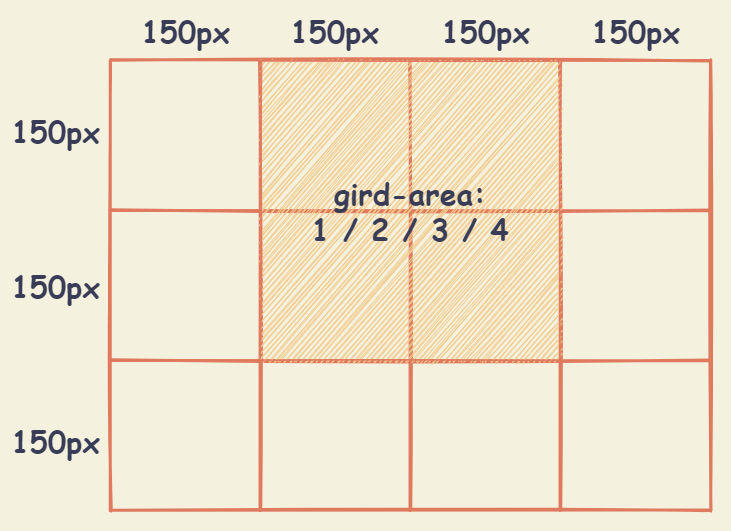
Earlier version of the draw.io export src/前端/CSS/CSS布局/files/images/grid_item--grid-area.drawio.png (lrh21g/blogs). Source tidied: cells renumbered, new cells last; positions are measured from the earlier drawing's top-left corner, leaving out a move shared by most shapes.
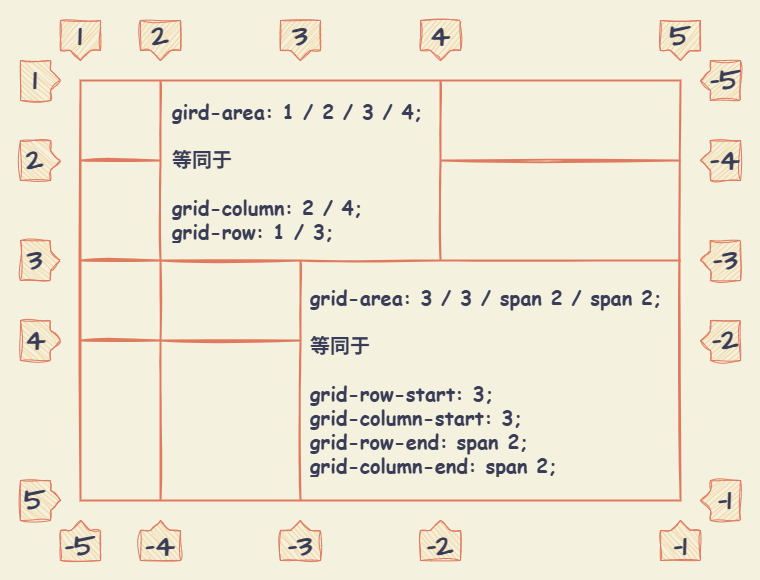
After the commit.

Commit message:
docs(CSS): 优化 Flex 布局和 Grid 布局文档

Diff of the diagram source:
```diff
@@ -2,80 +2,113 @@
   <root>
     <mxCell id="0" />
     <mxCell id="1" parent="0" />
-    <mxCell id="2" style="rounded=0;whiteSpace=wrap;html=1;fontFamily=Comic Sans MS;fontSize=30;fontColor=#393C56;fillColor=none;strokeColor=none;sketch=1;" parent="1" vertex="1">
-      <mxGeometry width="730" height="530" as="geometry" />
-    </mxCell>
+    <mxCell id="27" style="rounded=0;whiteSpace=wrap;html=1;sketch=1;hachureGap=4;jiggle=2;curveFitting=1;fontFamily=Architects Daughter;fontSource=https%3A%2F%2Ffonts.googleapis.com%2Fcss%3Ffamily%3DArchitects%2BDaughter;strokeColor=none;fillColor=none;" parent="1" vertex="1">
+      <mxGeometry x="30" y="-20" width="760" height="580" as="geometry" />
+    </mxCell>
-    <mxCell id="3" style="shape=table;html=1;whiteSpace=wrap;startSize=0;strokeWidth=3;perimeterSpacing=0;shadow=0;swimlaneFillColor=none;fontColor=#393C56;sketch=1;fillColor=none;strokeColor=#E07A5F;" parent="1" vertex="1">
-      <mxGeometry x="110" y="60" width="600" height="450" as="geometry" />
+    <mxCell id="3" style="shape=table;html=1;whiteSpace=wrap;startSize=0;strokeWidth=2;perimeterSpacing=0;shadow=0;swimlaneFillColor=none;fontColor=#393C56;sketch=1;fillColor=none;strokeColor=#E07A5F;" parent="1" vertex="1">
+      <mxGeometry x="110" y="60" width="600" height="420" as="geometry" />
     </mxCell>
     <mxCell id="4" style="shape=partialRectangle;html=1;whiteSpace=wrap;fillColor=none;top=0;left=0;bottom=0;right=0;strokeColor=#E07A5F;fontColor=#393C56;sketch=1;" parent="3" vertex="1">
-      <mxGeometry width="600" height="150" as="geometry" />
+      <mxGeometry width="600" height="80" as="geometry" />
     </mxCell>
     <mxCell id="5" style="shape=partialRectangle;html=1;whiteSpace=wrap;fillColor=none;top=0;left=0;bottom=0;right=0;overflow=hidden;strokeColor=#E07A5F;fontColor=#393C56;sketch=1;" parent="4" vertex="1">
-      <mxGeometry width="150" height="150" as="geometry" />
+      <mxGeometry width="80" height="80" as="geometry" />
     </mxCell>
-    <mxCell id="6" style="shape=partialRectangle;html=1;whiteSpace=wrap;fillColor=none;top=0;left=0;bottom=0;right=0;overflow=hidden;strokeColor=#E07A5F;fontColor=#393C56;sketch=1;" parent="4" vertex="1">
-      <mxGeometry x="150" width="150" height="150" as="geometry" />
+    <mxCell id="6" value="&lt;div&gt;&lt;span style=&quot;background-color: transparent; color: light-dark(rgb(57, 60, 86), rgb(182, 184, 207));&quot;&gt;gird-area: 1 / 2 / 3 / 4;&lt;/span&gt;&lt;/div&gt;&lt;div&gt;&lt;br&gt;&lt;/div&gt;&lt;div&gt;等同于&lt;span style=&quot;background-color: transparent; color: light-dark(rgb(57, 60, 86), rgb(182, 184, 207));&quot;&gt;&lt;/span&gt;&lt;/div&gt;&lt;div&gt;&lt;br&gt;&lt;/div&gt;&lt;div&gt;&lt;div&gt;grid-column: 2 / 4;&lt;/div&gt;&lt;div&gt;grid-row: 1 / 3;&lt;/div&gt;&lt;/div&gt;" style="shape=partialRectangle;html=1;whiteSpace=wrap;fillColor=none;top=0;left=0;bottom=0;right=0;overflow=hidden;strokeColor=#E07A5F;fontColor=#393C56;sketch=1;rowspan=2;colspan=2;fontSize=20;fontFamily=Comic Sans MS;fontStyle=1;align=left;spacing=2;spacingLeft=10;spacingRight=10;" parent="4" vertex="1">
+      <mxGeometry x="80" width="280" height="180" as="geometry" />
     </mxCell>
-    <mxCell id="7" style="shape=partialRectangle;html=1;whiteSpace=wrap;fillColor=none;top=0;left=0;bottom=0;right=0;overflow=hidden;strokeColor=#E07A5F;fontColor=#393C56;sketch=1;" parent="4" vertex="1">
-      <mxGeometry x="300" width="150" height="150" as="geometry" />
-    </mxCell>
     <mxCell id="8" style="shape=partialRectangle;html=1;whiteSpace=wrap;fillColor=none;top=0;left=0;bottom=0;right=0;overflow=hidden;strokeColor=#E07A5F;fontColor=#393C56;sketch=1;" parent="4" vertex="1">
-      <mxGeometry x="450" width="150" height="150" as="geometry" />
+      <mxGeometry x="360" width="240" height="80" as="geometry" />
     </mxCell>
     <mxCell id="9" style="shape=partialRectangle;html=1;whiteSpace=wrap;fillColor=none;top=0;left=0;bottom=0;right=0;strokeColor=#E07A5F;fontColor=#393C56;sketch=1;" parent="3" vertex="1">
-      <mxGeometry y="150" width="600" height="150" as="geometry" />
+      <mxGeometry y="80" width="600" height="100" as="geometry" />
     </mxCell>
     <mxCell id="10" style="shape=partialRectangle;html=1;whiteSpace=wrap;fillColor=none;top=0;left=0;bottom=0;right=0;overflow=hidden;strokeColor=#E07A5F;fontColor=#393C56;sketch=1;" parent="9" vertex="1">
-      <mxGeometry width="150" height="150" as="geometry" />
+      <mxGeometry width="80" height="100" as="geometry" />
     </mxCell>
-    <mxCell id="11" style="shape=partialRectangle;html=1;whiteSpace=wrap;fillColor=none;top=0;left=0;bottom=0;right=0;overflow=hidden;strokeColor=#E07A5F;fontColor=#393C56;sketch=1;" parent="9" vertex="1">
-      <mxGeometry x="150" width="150" height="150" as="geometry" />
-    </mxCell>
-    <mxCell id="12" style="shape=partialRectangle;html=1;whiteSpace=wrap;fillColor=none;top=0;left=0;bottom=0;right=0;overflow=hidden;strokeColor=#E07A5F;sketch=1;fontStyle=1;fontSize=38;fontFamily=Comic Sans MS;fontColor=#393C56;" parent="9" vertex="1">
-      <mxGeometry x="300" width="150" height="150" as="geometry" />
-    </mxCell>
     <mxCell id="13" style="shape=partialRectangle;html=1;whiteSpace=wrap;fillColor=none;top=0;left=0;bottom=0;right=0;overflow=hidden;strokeColor=#E07A5F;fontColor=#393C56;sketch=1;" parent="9" vertex="1">
-      <mxGeometry x="450" width="150" height="150" as="geometry" />
+      <mxGeometry x="360" width="240" height="100" as="geometry" />
     </mxCell>
     <mxCell id="14" style="shape=partialRectangle;html=1;whiteSpace=wrap;fillColor=none;top=0;left=0;bottom=0;right=0;strokeColor=#E07A5F;fontColor=#393C56;sketch=1;" parent="3" vertex="1">
-      <mxGeometry y="300" width="600" height="150" as="geometry" />
+      <mxGeometry y="180" width="600" height="80" as="geometry" />
     </mxCell>
     <mxCell id="15" style="shape=partialRectangle;html=1;whiteSpace=wrap;fillColor=none;top=0;left=0;bottom=0;right=0;overflow=hidden;strokeColor=#E07A5F;fontColor=#393C56;sketch=1;" parent="14" vertex="1">
-      <mxGeometry width="150" height="150" as="geometry" />
+      <mxGeometry width="80" height="80" as="geometry" />
     </mxCell>
     <mxCell id="16" style="shape=partialRectangle;html=1;whiteSpace=wrap;fillColor=none;top=0;left=0;bottom=0;right=0;overflow=hidden;strokeColor=#E07A5F;fontColor=#393C56;sketch=1;" parent="14" vertex="1">
-      <mxGeometry x="150" width="150" height="150" as="geometry" />
+      <mxGeometry x="80" width="140" height="80" as="geometry" />
     </mxCell>
-    <mxCell id="17" style="shape=partialRectangle;html=1;whiteSpace=wrap;fillColor=none;top=0;left=0;bottom=0;right=0;overflow=hidden;strokeColor=#E07A5F;fontColor=#393C56;sketch=1;" parent="14" vertex="1">
-      <mxGeometry x="300" width="150" height="150" as="geometry" />
+    <mxCell id="17" value="grid-area: 3 / 3 / span 2 / span 2;&lt;div&gt;&lt;br&gt;&lt;/div&gt;&lt;div&gt;等同于&lt;/div&gt;&lt;div&gt;&lt;br&gt;&lt;/div&gt;&lt;div&gt;grid-row-start: 3;&lt;/div&gt;&lt;div&gt;grid-column-start: 3;&lt;/div&gt;&lt;div&gt;grid-row-end: span 2;&lt;/div&gt;&lt;div&gt;grid-column-end: span 2;&lt;/div&gt;" style="shape=partialRectangle;html=1;whiteSpace=wrap;fillColor=none;top=0;left=0;bottom=0;right=0;overflow=hidden;strokeColor=#E07A5F;fontColor=#393C56;sketch=1;rowspan=2;colspan=2;fontFamily=Comic Sans MS;fontSize=20;fontStyle=1;align=left;spacing=10;" parent="14" vertex="1">
+      <mxGeometry x="220" width="380" height="240" as="geometry" />
     </mxCell>
-    <mxCell id="18" style="shape=partialRectangle;html=1;whiteSpace=wrap;fillColor=none;top=0;left=0;bottom=0;right=0;overflow=hidden;strokeColor=#E07A5F;fontColor=#393C56;sketch=1;" parent="14" vertex="1">
-      <mxGeometry x="450" width="150" height="150" as="geometry" />
-    </mxCell>
-    <mxCell id="19" value="150px" style="text;strokeColor=none;fillColor=none;html=1;fontSize=30;fontStyle=1;verticalAlign=middle;align=center;fontColor=#393C56;fontFamily=Comic Sans MS;sketch=1;" parent="1" vertex="1">
-      <mxGeometry x="130" y="10" width="110" height="40" as="geometry" />
-    </mxCell>
-    <mxCell id="20" value="150px" style="text;strokeColor=none;fillColor=none;html=1;fontSize=30;fontStyle=1;verticalAlign=middle;align=center;fontColor=#393C56;fontFamily=Comic Sans MS;sketch=1;" parent="1" vertex="1">
-      <mxGeometry x="279" y="10" width="110" height="40" as="geometry" />
-    </mxCell>
-    <mxCell id="21" value="150px" style="text;strokeColor=none;fillColor=none;html=1;fontSize=30;fontStyle=1;verticalAlign=middle;align=center;fontColor=#393C56;fontFamily=Comic Sans MS;sketch=1;" parent="1" vertex="1">
-      <mxGeometry x="430" y="10" width="110" height="40" as="geometry" />
-    </mxCell>
-    <mxCell id="22" value="150px" style="text;strokeColor=none;fillColor=none;html=1;fontSize=30;fontStyle=1;verticalAlign=middle;align=center;fontColor=#393C56;fontFamily=Comic Sans MS;sketch=1;" parent="1" vertex="1">
-      <mxGeometry y="110" width="110" height="40" as="geometry" />
-    </mxCell>
-    <mxCell id="23" value="150px" style="text;strokeColor=none;fillColor=none;html=1;fontSize=30;fontStyle=1;verticalAlign=middle;align=center;fontColor=#393C56;fontFamily=Comic Sans MS;sketch=1;" parent="1" vertex="1">
-      <mxGeometry y="265" width="110" height="40" as="geometry" />
-    </mxCell>
-    <mxCell id="24" value="150px" style="text;strokeColor=none;fillColor=none;html=1;fontSize=30;fontStyle=1;verticalAlign=middle;align=center;fontColor=#393C56;fontFamily=Comic Sans MS;sketch=1;" parent="1" vertex="1">
-      <mxGeometry y="420" width="110" height="40" as="geometry" />
-    </mxCell>
-    <mxCell id="25" value="150px" style="text;strokeColor=none;fillColor=none;html=1;fontSize=30;fontStyle=1;verticalAlign=middle;align=center;fontColor=#393C56;fontFamily=Comic Sans MS;sketch=1;" parent="1" vertex="1">
-      <mxGeometry x="580" y="10" width="110" height="40" as="geometry" />
-    </mxCell>
-    <mxCell id="26" value="&lt;font&gt;gird-area:&lt;br&gt;1 / 2 / 3 / 4&lt;/font&gt;" style="rounded=0;whiteSpace=wrap;html=1;fillColor=#F2CC8F;strokeColor=#E07A5F;shadow=0;fontSize=30;fontFamily=Comic Sans MS;fontStyle=1;labelBorderColor=none;sketch=1;fontColor=#393C56;" parent="1" vertex="1">
-      <mxGeometry x="260" y="60" width="300" height="300" as="geometry" />
-    </mxCell>
+    <mxCell id="28" style="shape=partialRectangle;html=1;whiteSpace=wrap;fillColor=none;top=0;left=0;bottom=0;right=0;strokeColor=#E07A5F;fontColor=#393C56;sketch=1;" parent="3" vertex="1">
+      <mxGeometry y="260" width="600" height="160" as="geometry" />
+    </mxCell>
+    <mxCell id="29" style="shape=partialRectangle;html=1;whiteSpace=wrap;fillColor=none;top=0;left=0;bottom=0;right=0;overflow=hidden;strokeColor=#E07A5F;fontColor=#393C56;sketch=1;" parent="28" vertex="1">
+      <mxGeometry width="80" height="160" as="geometry" />
+    </mxCell>
+    <mxCell id="30" style="shape=partialRectangle;html=1;whiteSpace=wrap;fillColor=none;top=0;left=0;bottom=0;right=0;overflow=hidden;strokeColor=#E07A5F;fontColor=#393C56;sketch=1;" parent="28" vertex="1">
+      <mxGeometry x="80" width="140" height="160" as="geometry" />
+    </mxCell>
+    <mxCell id="31" value="1" style="shape=callout;whiteSpace=wrap;html=1;perimeter=calloutPerimeter;sketch=1;hachureGap=4;jiggle=2;curveFitting=1;fontFamily=Architects Daughter;fontSource=https%3A%2F%2Ffonts.googleapis.com%2Fcss%3Ffamily%3DArchitects%2BDaughter;size=10;position=0.25;base=20;position2=0.5;fillColor=#F2CC8F;strokeColor=#E07A5F;fontColor=#393C56;labelBackgroundColor=none;fontSize=30;fontStyle=1;" parent="1" vertex="1">
+      <mxGeometry x="90" width="40" height="40" as="geometry" />
+    </mxCell>
+    <mxCell id="32" value="2" style="shape=callout;whiteSpace=wrap;html=1;perimeter=calloutPerimeter;sketch=1;hachureGap=4;jiggle=2;curveFitting=1;fontFamily=Architects Daughter;fontSource=https%3A%2F%2Ffonts.googleapis.com%2Fcss%3Ffamily%3DArchitects%2BDaughter;size=10;position=0.25;base=20;position2=0.5;fillColor=#F2CC8F;strokeColor=#E07A5F;fontColor=#393C56;labelBackgroundColor=none;fontSize=30;fontStyle=1;" parent="1" vertex="1">
+      <mxGeometry x="170" width="40" height="40" as="geometry" />
+    </mxCell>
+    <mxCell id="33" value="3" style="shape=callout;whiteSpace=wrap;html=1;perimeter=calloutPerimeter;sketch=1;hachureGap=4;jiggle=2;curveFitting=1;fontFamily=Architects Daughter;fontSource=https%3A%2F%2Ffonts.googleapis.com%2Fcss%3Ffamily%3DArchitects%2BDaughter;size=10;position=0.25;base=20;position2=0.5;fillColor=#F2CC8F;strokeColor=#E07A5F;fontColor=#393C56;labelBackgroundColor=none;fontSize=30;fontStyle=1;" parent="1" vertex="1">
+      <mxGeometry x="310" width="40" height="40" as="geometry" />
+    </mxCell>
+    <mxCell id="34" value="4" style="shape=callout;whiteSpace=wrap;html=1;perimeter=calloutPerimeter;sketch=1;hachureGap=4;jiggle=2;curveFitting=1;fontFamily=Architects Daughter;fontSource=https%3A%2F%2Ffonts.googleapis.com%2Fcss%3Ffamily%3DArchitects%2BDaughter;size=10;position=0.25;base=20;position2=0.5;fillColor=#F2CC8F;strokeColor=#E07A5F;fontColor=#393C56;labelBackgroundColor=none;fontSize=30;fontStyle=1;" parent="1" vertex="1">
+      <mxGeometry x="450" width="40" height="40" as="geometry" />
+    </mxCell>
+    <mxCell id="35" value="5" style="shape=callout;whiteSpace=wrap;html=1;perimeter=calloutPerimeter;sketch=1;hachureGap=4;jiggle=2;curveFitting=1;fontFamily=Architects Daughter;fontSource=https%3A%2F%2Ffonts.googleapis.com%2Fcss%3Ffamily%3DArchitects%2BDaughter;size=10;position=0.25;base=20;position2=0.5;fillColor=#F2CC8F;strokeColor=#E07A5F;fontColor=#393C56;labelBackgroundColor=none;fontSize=30;fontStyle=1;" parent="1" vertex="1">
+      <mxGeometry x="690" width="40" height="40" as="geometry" />
+    </mxCell>
+    <mxCell id="36" value="1" style="shape=callout;whiteSpace=wrap;html=1;perimeter=calloutPerimeter;sketch=1;hachureGap=4;jiggle=2;curveFitting=1;fontFamily=Architects Daughter;fontSource=https%3A%2F%2Ffonts.googleapis.com%2Fcss%3Ffamily%3DArchitects%2BDaughter;size=10;position=0.25;base=20;position2=0.5;fillColor=#F2CC8F;strokeColor=#E07A5F;fontColor=#393C56;labelBackgroundColor=none;fontSize=30;fontStyle=1;rotation=-90;horizontal=1;textDirection=vertical-lr;" parent="1" vertex="1">
+      <mxGeometry x="50" y="40" width="40" height="40" as="geometry" />
+    </mxCell>
+    <mxCell id="37" value="2" style="shape=callout;whiteSpace=wrap;html=1;perimeter=calloutPerimeter;sketch=1;hachureGap=4;jiggle=2;curveFitting=1;fontFamily=Architects Daughter;fontSource=https%3A%2F%2Ffonts.googleapis.com%2Fcss%3Ffamily%3DArchitects%2BDaughter;size=10;position=0.25;base=20;position2=0.5;fillColor=#F2CC8F;strokeColor=#E07A5F;fontColor=#393C56;labelBackgroundColor=none;fontSize=30;fontStyle=1;rotation=-90;horizontal=1;textDirection=vertical-lr;" parent="1" vertex="1">
+      <mxGeometry x="50" y="120" width="40" height="40" as="geometry" />
+    </mxCell>
+    <mxCell id="38" value="3" style="shape=callout;whiteSpace=wrap;html=1;perimeter=calloutPerimeter;sketch=1;hachureGap=4;jiggle=2;curveFitting=1;fontFamily=Architects Daughter;fontSource=https%3A%2F%2Ffonts.googleapis.com%2Fcss%3Ffamily%3DArchitects%2BDaughter;size=10;position=0.25;base=20;position2=0.5;fillColor=#F2CC8F;strokeColor=#E07A5F;fontColor=#393C56;labelBackgroundColor=none;fontSize=30;fontStyle=1;rotation=-90;horizontal=1;textDirection=vertical-lr;" parent="1" vertex="1">
+      <mxGeometry x="50" y="220" width="40" height="40" as="geometry" />
+    </mxCell>
+    <mxCell id="39" value="4" style="shape=callout;whiteSpace=wrap;html=1;perimeter=calloutPerimeter;sketch=1;hachureGap=4;jiggle=2;curveFitting=1;fontFamily=Architects Daughter;fontSource=https%3A%2F%2Ffonts.googleapis.com%2Fcss%3Ffamily%3DArchitects%2BDaughter;size=10;position=0.25;base=20;position2=0.5;fillColor=#F2CC8F;strokeColor=#E07A5F;fontColor=#393C56;labelBackgroundColor=none;fontSize=30;fontStyle=1;rotation=-90;horizontal=1;textDirection=vertical-lr;" parent="1" vertex="1">
+      <mxGeometry x="50" y="300" width="40" height="40" as="geometry" />
+    </mxCell>
+    <mxCell id="40" value="-5" style="shape=callout;whiteSpace=wrap;html=1;perimeter=calloutPerimeter;sketch=1;hachureGap=4;jiggle=2;curveFitting=1;fontFamily=Architects Daughter;fontSource=https%3A%2F%2Ffonts.googleapis.com%2Fcss%3Ffamily%3DArchitects%2BDaughter;size=10;position=0.25;base=20;position2=0.5;fillColor=#F2CC8F;strokeColor=#E07A5F;fontColor=#393C56;labelBackgroundColor=none;fontSize=30;fontStyle=1;flipV=1;" parent="1" vertex="1">
+      <mxGeometry x="90" y="500" width="40" height="40" as="geometry" />
+    </mxCell>
+    <mxCell id="41" value="-3" style="shape=callout;whiteSpace=wrap;html=1;perimeter=calloutPerimeter;sketch=1;hachureGap=4;jiggle=2;curveFitting=1;fontFamily=Architects Daughter;fontSource=https%3A%2F%2Ffonts.googleapis.com%2Fcss%3Ffamily%3DArchitects%2BDaughter;size=10;position=0.25;base=20;position2=0.5;fillColor=#F2CC8F;strokeColor=#E07A5F;fontColor=#393C56;labelBackgroundColor=none;fontSize=30;fontStyle=1;flipV=1;" parent="1" vertex="1">
+      <mxGeometry x="310" y="500" width="40" height="40" as="geometry" />
+    </mxCell>
+    <mxCell id="42" value="-2" style="shape=callout;whiteSpace=wrap;html=1;perimeter=calloutPerimeter;sketch=1;hachureGap=4;jiggle=2;curveFitting=1;fontFamily=Architects Daughter;fontSource=https%3A%2F%2Ffonts.googleapis.com%2Fcss%3Ffamily%3DArchitects%2BDaughter;size=10;position=0.25;base=20;position2=0.5;fillColor=#F2CC8F;strokeColor=#E07A5F;fontColor=#393C56;labelBackgroundColor=none;fontSize=30;fontStyle=1;flipV=1;" parent="1" vertex="1">
+      <mxGeometry x="450" y="500" width="40" height="40" as="geometry" />
+    </mxCell>
+    <mxCell id="43" value="-1" style="shape=callout;whiteSpace=wrap;html=1;perimeter=calloutPerimeter;sketch=1;hachureGap=4;jiggle=2;curveFitting=1;fontFamily=Architects Daughter;fontSource=https%3A%2F%2Ffonts.googleapis.com%2Fcss%3Ffamily%3DArchitects%2BDaughter;size=10;position=0.25;base=20;position2=0.5;fillColor=#F2CC8F;strokeColor=#E07A5F;fontColor=#393C56;labelBackgroundColor=none;fontSize=30;fontStyle=1;flipV=1;" parent="1" vertex="1">
+      <mxGeometry x="690" y="500" width="40" height="40" as="geometry" />
+    </mxCell>
+    <mxCell id="44" value="-1" style="shape=callout;whiteSpace=wrap;html=1;perimeter=calloutPerimeter;sketch=1;hachureGap=4;jiggle=2;curveFitting=1;fontFamily=Architects Daughter;fontSource=https%3A%2F%2Ffonts.googleapis.com%2Fcss%3Ffamily%3DArchitects%2BDaughter;size=10;position=0.25;base=20;position2=0.5;fillColor=#F2CC8F;strokeColor=#E07A5F;fontColor=#393C56;labelBackgroundColor=none;fontSize=30;fontStyle=1;rotation=-90;horizontal=1;verticalAlign=middle;textDirection=vertical-lr;flipH=1;direction=west;" parent="1" vertex="1">
+      <mxGeometry x="730" y="460" width="40" height="40" as="geometry" />
+    </mxCell>
+    <mxCell id="45" value="-2" style="shape=callout;whiteSpace=wrap;html=1;perimeter=calloutPerimeter;sketch=1;hachureGap=4;jiggle=2;curveFitting=1;fontFamily=Architects Daughter;fontSource=https%3A%2F%2Ffonts.googleapis.com%2Fcss%3Ffamily%3DArchitects%2BDaughter;size=10;position=0.25;base=20;position2=0.5;fillColor=#F2CC8F;strokeColor=#E07A5F;fontColor=#393C56;labelBackgroundColor=none;fontSize=30;fontStyle=1;rotation=-90;horizontal=1;verticalAlign=middle;textDirection=vertical-lr;flipH=1;direction=west;" parent="1" vertex="1">
+      <mxGeometry x="730" y="300" width="40" height="40" as="geometry" />
+    </mxCell>
+    <mxCell id="46" value="-3" style="shape=callout;whiteSpace=wrap;html=1;perimeter=calloutPerimeter;sketch=1;hachureGap=4;jiggle=2;curveFitting=1;fontFamily=Architects Daughter;fontSource=https%3A%2F%2Ffonts.googleapis.com%2Fcss%3Ffamily%3DArchitects%2BDaughter;size=10;position=0.25;base=20;position2=0.5;fillColor=#F2CC8F;strokeColor=#E07A5F;fontColor=#393C56;labelBackgroundColor=none;fontSize=30;fontStyle=1;rotation=-90;horizontal=1;verticalAlign=middle;textDirection=vertical-lr;flipH=1;direction=west;" parent="1" vertex="1">
+      <mxGeometry x="730" y="220" width="40" height="40" as="geometry" />
+    </mxCell>
+    <mxCell id="47" value="-4" style="shape=callout;whiteSpace=wrap;html=1;perimeter=calloutPerimeter;sketch=1;hachureGap=4;jiggle=2;curveFitting=1;fontFamily=Architects Daughter;fontSource=https%3A%2F%2Ffonts.googleapis.com%2Fcss%3Ffamily%3DArchitects%2BDaughter;size=10;position=0.25;base=20;position2=0.5;fillColor=#F2CC8F;strokeColor=#E07A5F;fontColor=#393C56;labelBackgroundColor=none;fontSize=30;fontStyle=1;rotation=-90;horizontal=1;verticalAlign=middle;textDirection=vertical-lr;flipH=1;direction=west;" parent="1" vertex="1">
+      <mxGeometry x="730" y="120" width="40" height="40" as="geometry" />
+    </mxCell>
+    <mxCell id="48" value="-4" style="shape=callout;whiteSpace=wrap;html=1;perimeter=calloutPerimeter;sketch=1;hachureGap=4;jiggle=2;curveFitting=1;fontFamily=Architects Daughter;fontSource=https%3A%2F%2Ffonts.googleapis.com%2Fcss%3Ffamily%3DArchitects%2BDaughter;size=10;position=0.25;base=20;position2=0.5;fillColor=#F2CC8F;strokeColor=#E07A5F;fontColor=#393C56;labelBackgroundColor=none;fontSize=30;fontStyle=1;flipV=1;" parent="1" vertex="1">
+      <mxGeometry x="170" y="500" width="40" height="40" as="geometry" />
+    </mxCell>
+    <mxCell id="49" value="5" style="shape=callout;whiteSpace=wrap;html=1;perimeter=calloutPerimeter;sketch=1;hachureGap=4;jiggle=2;curveFitting=1;fontFamily=Architects Daughter;fontSource=https%3A%2F%2Ffonts.googleapis.com%2Fcss%3Ffamily%3DArchitects%2BDaughter;size=10;position=0.25;base=20;position2=0.5;fillColor=#F2CC8F;strokeColor=#E07A5F;fontColor=#393C56;labelBackgroundColor=none;fontSize=30;fontStyle=1;rotation=-90;horizontal=1;textDirection=vertical-lr;" parent="1" vertex="1">
+      <mxGeometry x="50" y="460" width="40" height="40" as="geometry" />
+    </mxCell>
+    <mxCell id="50" value="-5" style="shape=callout;whiteSpace=wrap;html=1;perimeter=calloutPerimeter;sketch=1;hachureGap=4;jiggle=2;curveFitting=1;fontFamily=Architects Daughter;fontSource=https%3A%2F%2Ffonts.googleapis.com%2Fcss%3Ffamily%3DArchitects%2BDaughter;size=10;position=0.25;base=20;position2=0.5;fillColor=#F2CC8F;strokeColor=#E07A5F;fontColor=#393C56;labelBackgroundColor=none;fontSize=30;fontStyle=1;rotation=-90;horizontal=1;verticalAlign=middle;textDirection=vertical-lr;flipH=1;direction=west;" parent="1" vertex="1">
+      <mxGeometry x="730" y="40" width="40" height="40" as="geometry" />
+    </mxCell>
   </root>
 </mxGraphModel>
```
